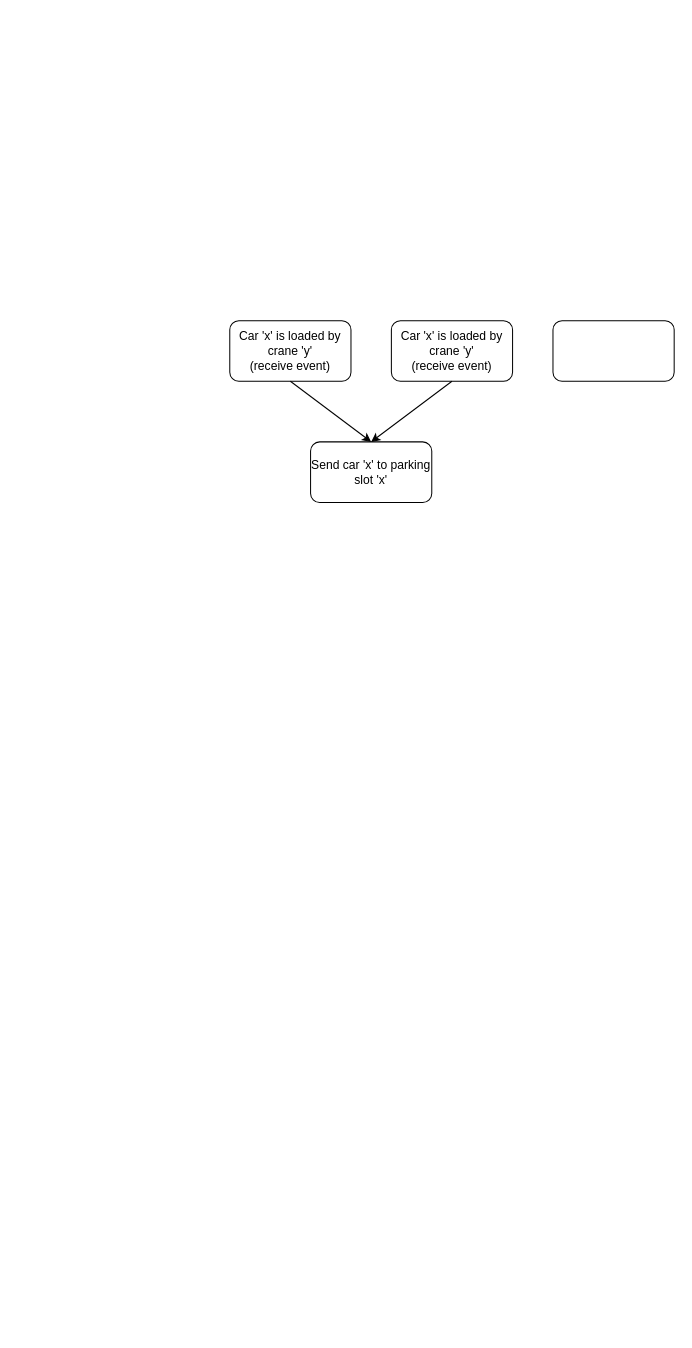
Above: Car_Controller.drawio in Ravenofshadow999/ACOPORT (draw.io), before the change. Source tidied: cells renumbered, new cells numbered last; positions are measured from the earlier drawing's top-left corner, leaving out a move shared by most shapes. Both pictures are drawn from the tidied source at 101%, with x=0, y=0 at pixel (229, 320).
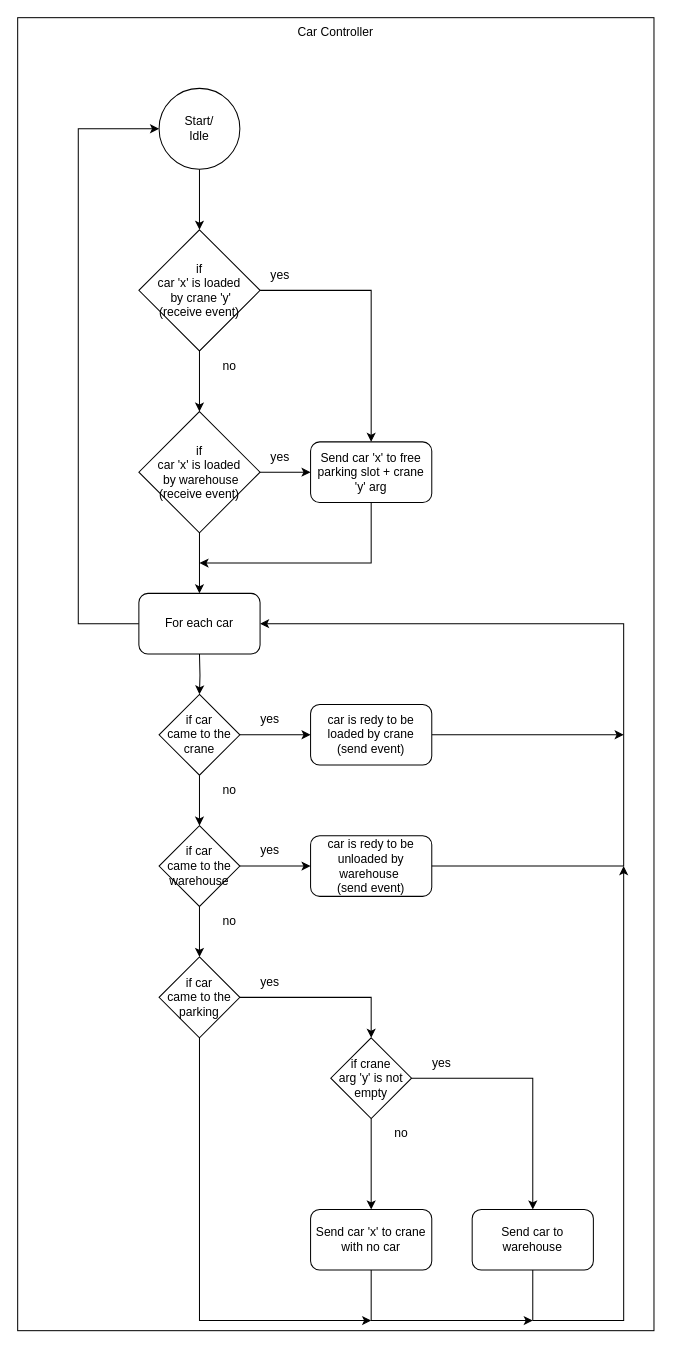
Above is the later version.

Diff of the diagram source:
```diff
@@
-    <mxCell id="2" value="Car 'x' is loaded by crane 'y' &lt;br&gt;(receive event)" style="rounded=1;whiteSpace=wrap;html=1;" parent="1" vertex="1">
-      <mxGeometry width="120" height="60" as="geometry" />
-    </mxCell>
+    <mxCell id="8" style="rounded=0;whiteSpace=wrap;html=1;" parent="1" vertex="1">
+      <mxGeometry x="-210" y="-300" width="630" height="1300" as="geometry" />
+    </mxCell>
-    <mxCell id="3" value="Send car 'x' to parking slot 'x'" style="rounded=1;whiteSpace=wrap;html=1;" parent="1" vertex="1">
+    <mxCell id="3" value="Send car 'x' to free parking slot + crane 'y' arg" style="rounded=1;whiteSpace=wrap;html=1;" parent="1" vertex="1">
       <mxGeometry x="80" y="120" width="120" height="60" as="geometry" />
     </mxCell>
-    <mxCell id="4" style="endArrow=classic;html=1;rounded=0;entryX=0.5;entryY=0;entryDx=0;entryDy=0;exitX=0.5;exitY=1;exitDx=0;exitDy=0;" parent="1" edge="1" source="2" target="3">
-      <mxGeometry relative="1" as="geometry" />
-    </mxCell>
-    <mxCell id="5" value="Car 'x' is loaded by crane 'y'&lt;br&gt;(receive event)" style="rounded=1;whiteSpace=wrap;html=1;" parent="1" vertex="1">
-      <mxGeometry x="160" width="120" height="60" as="geometry" />
-    </mxCell>
-    <mxCell id="6" style="endArrow=classic;html=1;rounded=0;exitX=0.5;exitY=1;exitDx=0;exitDy=0;entryX=0.5;entryY=0;entryDx=0;entryDy=0;" parent="1" edge="1" source="5" target="3">
-      <mxGeometry relative="1" as="geometry" />
-    </mxCell>
-    <mxCell id="7" style="rounded=1;whiteSpace=wrap;html=1;" parent="1" vertex="1">
-      <mxGeometry x="320" width="120" height="60" as="geometry" />
-    </mxCell>
+    <mxCell id="9" style="endArrow=classic;html=1;rounded=0;exitX=0.5;exitY=1;exitDx=0;exitDy=0;" parent="1" edge="1" source="22">
+      <mxGeometry relative="1" as="geometry">
+        <mxPoint x="140" y="880" as="targetPoint" />
+      </mxGeometry>
+    </mxCell>
+    <mxCell id="10" value="yes" style="text;html=1;strokeColor=none;fillColor=none;align=center;verticalAlign=middle;whiteSpace=wrap;rounded=0;" parent="1" vertex="1">
+      <mxGeometry x="180" y="720" width="60" height="30" as="geometry" />
+    </mxCell>
+    <mxCell id="11" style="endArrow=classic;html=1;rounded=0;exitX=1;exitY=0.5;exitDx=0;exitDy=0;" parent="1" edge="1" source="22">
+      <mxGeometry relative="1" as="geometry">
+        <mxPoint x="300" y="880" as="targetPoint" />
+        <Array as="points">
+          <mxPoint x="300" y="750" />
+        </Array>
+      </mxGeometry>
+    </mxCell>
+    <mxCell id="12" value="no" style="text;html=1;strokeColor=none;fillColor=none;align=center;verticalAlign=middle;whiteSpace=wrap;rounded=0;" parent="1" vertex="1">
+      <mxGeometry x="140" y="790" width="60" height="30" as="geometry" />
+    </mxCell>
+    <mxCell id="13" value="Send car 'x' to crane with no car" style="rounded=1;whiteSpace=wrap;html=1;" parent="1" vertex="1">
+      <mxGeometry x="80" y="880" width="120" height="60" as="geometry" />
+    </mxCell>
+    <mxCell id="14" value="Send car to warehouse" style="rounded=1;whiteSpace=wrap;html=1;" parent="1" vertex="1">
+      <mxGeometry x="240" y="880" width="120" height="60" as="geometry" />
+    </mxCell>
+    <mxCell id="15" value="Car Controller" style="text;html=1;strokeColor=none;fillColor=none;align=center;verticalAlign=middle;whiteSpace=wrap;rounded=0;" parent="1" vertex="1">
+      <mxGeometry x="50" y="-300" width="110" height="30" as="geometry" />
+    </mxCell>
+    <mxCell id="16" style="edgeStyle=orthogonalEdgeStyle;rounded=0;jettySize=auto;html=1;" parent="1" edge="1" source="17">
+      <mxGeometry relative="1" as="geometry">
+        <mxPoint x="390" y="410" as="targetPoint" />
+      </mxGeometry>
+    </mxCell>
+    <mxCell id="17" value="car is redy to be loaded by crane&lt;br&gt;(send event)" style="rounded=1;whiteSpace=wrap;html=1;" parent="1" vertex="1">
+      <mxGeometry x="80" y="380" width="120" height="60" as="geometry" />
+    </mxCell>
+    <mxCell id="18" style="edgeStyle=orthogonalEdgeStyle;rounded=0;jettySize=auto;html=1;entryX=0;entryY=0.5;entryDx=0;entryDy=0;" parent="1" edge="1" source="20" target="17">
+      <mxGeometry relative="1" as="geometry" />
+    </mxCell>
+    <mxCell id="19" style="edgeStyle=orthogonalEdgeStyle;rounded=0;jettySize=auto;html=1;exitX=0.5;exitY=1;exitDx=0;exitDy=0;entryX=0.5;entryY=0;entryDx=0;entryDy=0;" parent="1" edge="1" source="20" target="25">
+      <mxGeometry relative="1" as="geometry" />
+    </mxCell>
+    <mxCell id="20" value="if car &lt;br&gt;came to the crane" style="rhombus;whiteSpace=wrap;html=1;" parent="1" vertex="1">
+      <mxGeometry x="-70" y="370" width="80" height="80" as="geometry" />
+    </mxCell>
+    <mxCell id="21" value="car is redy to be unloaded by warehouse&amp;nbsp;&lt;br&gt;(send event)" style="rounded=1;whiteSpace=wrap;html=1;" parent="1" vertex="1">
+      <mxGeometry x="80" y="510" width="120" height="60" as="geometry" />
+    </mxCell>
+    <mxCell id="22" value="if crane&lt;br&gt;arg 'y' is not&lt;br&gt;empty" style="rhombus;whiteSpace=wrap;html=1;" parent="1" vertex="1">
+      <mxGeometry x="100" y="710" width="80" height="80" as="geometry" />
+    </mxCell>
+    <mxCell id="23" style="edgeStyle=orthogonalEdgeStyle;rounded=0;jettySize=auto;html=1;entryX=0;entryY=0.5;entryDx=0;entryDy=0;" parent="1" edge="1" source="25" target="21">
+      <mxGeometry relative="1" as="geometry" />
+    </mxCell>
+    <mxCell id="24" style="edgeStyle=orthogonalEdgeStyle;rounded=0;jettySize=auto;html=1;exitX=0.5;exitY=1;exitDx=0;exitDy=0;entryX=0.5;entryY=0;entryDx=0;entryDy=0;" parent="1" edge="1" source="25" target="27">
+      <mxGeometry relative="1" as="geometry" />
+    </mxCell>
+    <mxCell id="25" value="if car &lt;br&gt;came to the warehouse" style="rhombus;whiteSpace=wrap;html=1;" parent="1" vertex="1">
+      <mxGeometry x="-70" y="500" width="80" height="80" as="geometry" />
+    </mxCell>
+    <mxCell id="26" style="edgeStyle=orthogonalEdgeStyle;rounded=0;jettySize=auto;html=1;entryX=0.5;entryY=0;entryDx=0;entryDy=0;" parent="1" edge="1" source="27" target="22">
+      <mxGeometry relative="1" as="geometry" />
+    </mxCell>
+    <mxCell id="27" value="if car &lt;br&gt;came to the parking" style="rhombus;whiteSpace=wrap;html=1;" parent="1" vertex="1">
+      <mxGeometry x="-70" y="630" width="80" height="80" as="geometry" />
+    </mxCell>
+    <mxCell id="28" value="no" style="text;html=1;strokeColor=none;fillColor=none;align=center;verticalAlign=middle;whiteSpace=wrap;rounded=0;" parent="1" vertex="1">
+      <mxGeometry x="-30" y="580" width="60" height="30" as="geometry" />
+    </mxCell>
+    <mxCell id="29" value="no" style="text;html=1;strokeColor=none;fillColor=none;align=center;verticalAlign=middle;whiteSpace=wrap;rounded=0;" parent="1" vertex="1">
+      <mxGeometry x="-30" y="450" width="60" height="30" as="geometry" />
+    </mxCell>
+    <mxCell id="30" value="yes" style="text;html=1;strokeColor=none;fillColor=none;align=center;verticalAlign=middle;whiteSpace=wrap;rounded=0;" parent="1" vertex="1">
+      <mxGeometry x="10" y="640" width="60" height="30" as="geometry" />
+    </mxCell>
+    <mxCell id="31" value="yes" style="text;html=1;strokeColor=none;fillColor=none;align=center;verticalAlign=middle;whiteSpace=wrap;rounded=0;" parent="1" vertex="1">
+      <mxGeometry x="10" y="510" width="60" height="30" as="geometry" />
+    </mxCell>
+    <mxCell id="32" value="yes" style="text;html=1;strokeColor=none;fillColor=none;align=center;verticalAlign=middle;whiteSpace=wrap;rounded=0;" parent="1" vertex="1">
+      <mxGeometry x="10" y="380" width="60" height="30" as="geometry" />
+    </mxCell>
+    <mxCell id="33" style="edgeStyle=orthogonalEdgeStyle;rounded=0;jettySize=auto;html=1;entryX=0.5;entryY=0;entryDx=0;entryDy=0;" parent="1" edge="1" source="34" target="41">
+      <mxGeometry relative="1" as="geometry" />
+    </mxCell>
+    <mxCell id="34" value="Start/&lt;br&gt;Idle" style="ellipse;whiteSpace=wrap;html=1;" parent="1" vertex="1">
+      <mxGeometry x="-70" y="-230" width="80" height="80" as="geometry" />
+    </mxCell>
+    <mxCell id="35" style="endArrow=classic;html=1;rounded=0;exitX=1;exitY=0.5;exitDx=0;exitDy=0;entryX=1;entryY=0.5;entryDx=0;entryDy=0;" parent="1" edge="1" source="21">
+      <mxGeometry relative="1" as="geometry">
+        <mxPoint x="30" y="300" as="targetPoint" />
+        <Array as="points">
+          <mxPoint x="390" y="540" />
+          <mxPoint x="390" y="300" />
+        </Array>
+      </mxGeometry>
+    </mxCell>
+    <mxCell id="36" style="endArrow=classic;html=1;rounded=0;exitX=0.5;exitY=1;exitDx=0;exitDy=0;" parent="1" edge="1" source="14">
+      <mxGeometry relative="1" as="geometry">
+        <mxPoint x="390" y="540" as="targetPoint" />
+        <Array as="points">
+          <mxPoint x="300" y="990" />
+          <mxPoint x="390" y="990" />
+        </Array>
+      </mxGeometry>
+    </mxCell>
+    <mxCell id="37" style="endArrow=classic;html=1;rounded=0;exitX=0.5;exitY=1;exitDx=0;exitDy=0;" parent="1" edge="1" source="13">
+      <mxGeometry relative="1" as="geometry">
+        <mxPoint x="300" y="990" as="targetPoint" />
+        <Array as="points">
+          <mxPoint x="140" y="990" />
+        </Array>
+      </mxGeometry>
+    </mxCell>
+    <mxCell id="38" style="endArrow=classic;html=1;rounded=0;exitX=0.5;exitY=1;exitDx=0;exitDy=0;" parent="1" edge="1" source="27">
+      <mxGeometry relative="1" as="geometry">
+        <mxPoint x="140" y="990" as="targetPoint" />
+        <Array as="points">
+          <mxPoint x="-30" y="990" />
+        </Array>
+      </mxGeometry>
+    </mxCell>
+    <mxCell id="39" style="edgeStyle=orthogonalEdgeStyle;rounded=0;jettySize=auto;html=1;entryX=0.5;entryY=0;entryDx=0;entryDy=0;" parent="1" edge="1" source="41" target="44">
+      <mxGeometry relative="1" as="geometry" />
+    </mxCell>
+    <mxCell id="40" style="edgeStyle=orthogonalEdgeStyle;rounded=0;jettySize=auto;html=1;" parent="1" edge="1" source="41" target="3">
+      <mxGeometry relative="1" as="geometry" />
+    </mxCell>
+    <mxCell id="41" value="if &lt;br&gt;car 'x' is loaded&lt;br&gt;&amp;nbsp;by crane 'y'&lt;br&gt;(receive event)" style="rhombus;whiteSpace=wrap;html=1;" parent="1" vertex="1">
+      <mxGeometry x="-90" y="-90" width="120" height="120" as="geometry" />
+    </mxCell>
+    <mxCell id="42" style="edgeStyle=orthogonalEdgeStyle;rounded=0;jettySize=auto;html=1;" parent="1" edge="1" source="44" target="3">
+      <mxGeometry relative="1" as="geometry" />
+    </mxCell>
+    <mxCell id="43" style="edgeStyle=orthogonalEdgeStyle;rounded=0;jettySize=auto;html=1;entryX=0.5;entryY=0;entryDx=0;entryDy=0;" parent="1" edge="1" source="44" target="50">
+      <mxGeometry relative="1" as="geometry" />
+    </mxCell>
+    <mxCell id="44" value="if &lt;br&gt;car 'x' is loaded&lt;br&gt;&amp;nbsp;by warehouse&lt;br&gt;(receive event)" style="rhombus;whiteSpace=wrap;html=1;" parent="1" vertex="1">
+      <mxGeometry x="-90" y="90" width="120" height="120" as="geometry" />
+    </mxCell>
+    <mxCell id="45" value="no" style="text;html=1;strokeColor=none;fillColor=none;align=center;verticalAlign=middle;whiteSpace=wrap;rounded=0;" parent="1" vertex="1">
+      <mxGeometry x="-30" y="30" width="60" height="30" as="geometry" />
+    </mxCell>
+    <mxCell id="46" value="yes" style="text;html=1;strokeColor=none;fillColor=none;align=center;verticalAlign=middle;whiteSpace=wrap;rounded=0;" parent="1" vertex="1">
+      <mxGeometry x="20" y="120" width="60" height="30" as="geometry" />
+    </mxCell>
+    <mxCell id="47" value="yes" style="text;html=1;strokeColor=none;fillColor=none;align=center;verticalAlign=middle;whiteSpace=wrap;rounded=0;" parent="1" vertex="1">
+      <mxGeometry x="20" y="-60" width="60" height="30" as="geometry" />
+    </mxCell>
+    <mxCell id="48" style="endArrow=classic;html=1;rounded=0;exitX=0.5;exitY=1;exitDx=0;exitDy=0;" parent="1" edge="1" source="3">
+      <mxGeometry relative="1" as="geometry">
+        <mxPoint x="-30" y="240" as="targetPoint" />
+        <Array as="points">
+          <mxPoint x="140" y="240" />
+        </Array>
+      </mxGeometry>
+    </mxCell>
+    <mxCell id="49" style="edgeStyle=orthogonalEdgeStyle;rounded=0;jettySize=auto;html=1;entryX=0;entryY=0.5;entryDx=0;entryDy=0;" parent="1" edge="1" source="50" target="34">
+      <mxGeometry relative="1" as="geometry">
+        <Array as="points">
+          <mxPoint x="-150" y="300" />
+          <mxPoint x="-150" y="-190" />
+        </Array>
+      </mxGeometry>
+    </mxCell>
+    <mxCell id="50" value="For each car" style="rounded=1;whiteSpace=wrap;html=1;" parent="1" vertex="1">
+      <mxGeometry x="-90" y="270" width="120" height="60" as="geometry" />
+    </mxCell>
+    <mxCell id="51" style="edgeStyle=orthogonalEdgeStyle;rounded=0;jettySize=auto;html=1;" parent="1" edge="1" target="20">
+      <mxGeometry relative="1" as="geometry">
+        <mxPoint x="-30" y="330" as="sourcePoint" />
+      </mxGeometry>
+    </mxCell>
```
